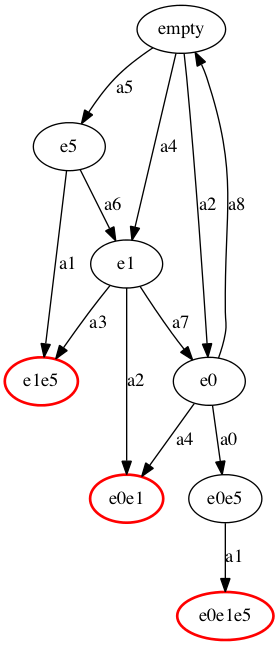
ryysd/PrototypePOR keeps this Graphviz diagram as tmp/full.png. Above is the earlier version. Its source is kept beside it as tmp/full.dot.
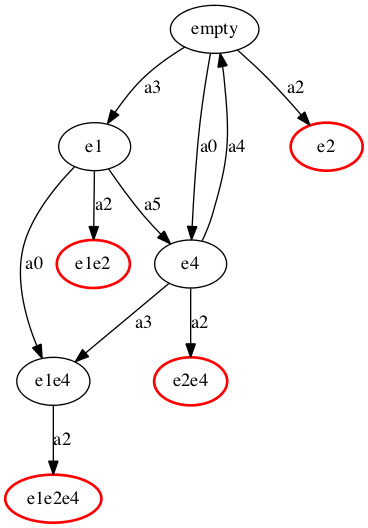
The same file after the commit.

Diff of the diagram source:
```diff
@@ -1,21 +1,20 @@
 strict digraph {
-  empty -> e5 [label="a0", ];
-  empty -> e1 [label="a1", ];
-  empty -> e0 [label="a2", ];
-  empty -> e5 [label="a3", ];
-  empty -> e1 [label="a4", ];
-  empty -> e5 [label="a5", ];
-  e5 -> e1e5 [label="a1", ];
-  e5 -> e1 [label="a6", ];
-  e1 -> e0e1 [label="a2", ];
-  e1 -> e1e5 [label="a3", ];
-  e1 -> e0 [label="a7", ];
-  e0 -> e0e5 [label="a0", ];
-  e0 -> e0e1 [label="a1", ];
-  e0 -> e0e1 [label="a4", ];
-  e0 -> empty [label="a8", ];
-  e0e1 [color=red, style=bold]
-  e0e5 -> e0e1e5 [label="a1", ];
-  e0e1e5 [color=red, style=bold]
-  e1e5 [color=red, style=bold]
+  empty -> e4 [label="a0", ];
+  empty -> e2 [label="a1", ];
+  empty -> e2 [label="a2", ];
+  empty -> e1 [label="a3", ];
+  e1 -> e1e4 [label="a0", ];
+  e1 -> e1e2 [label="a1", ];
+  e1 -> e1e2 [label="a2", ];
+  e1 -> e4 [label="a5", ];
+  e4 -> e2e4 [label="a1", ];
+  e4 -> e2e4 [label="a2", ];
+  e4 -> e1e4 [label="a3", ];
+  e4 -> empty [label="a4", ];
+  e1e4 -> e1e2e4 [label="a1", ];
+  e1e4 -> e1e2e4 [label="a2", ];
+  e1e2e4 [color=red, style=bold]
+  e2e4 [color=red, style=bold]
+  e1e2 [color=red, style=bold]
+  e2 [color=red, style=bold]
 }
```
